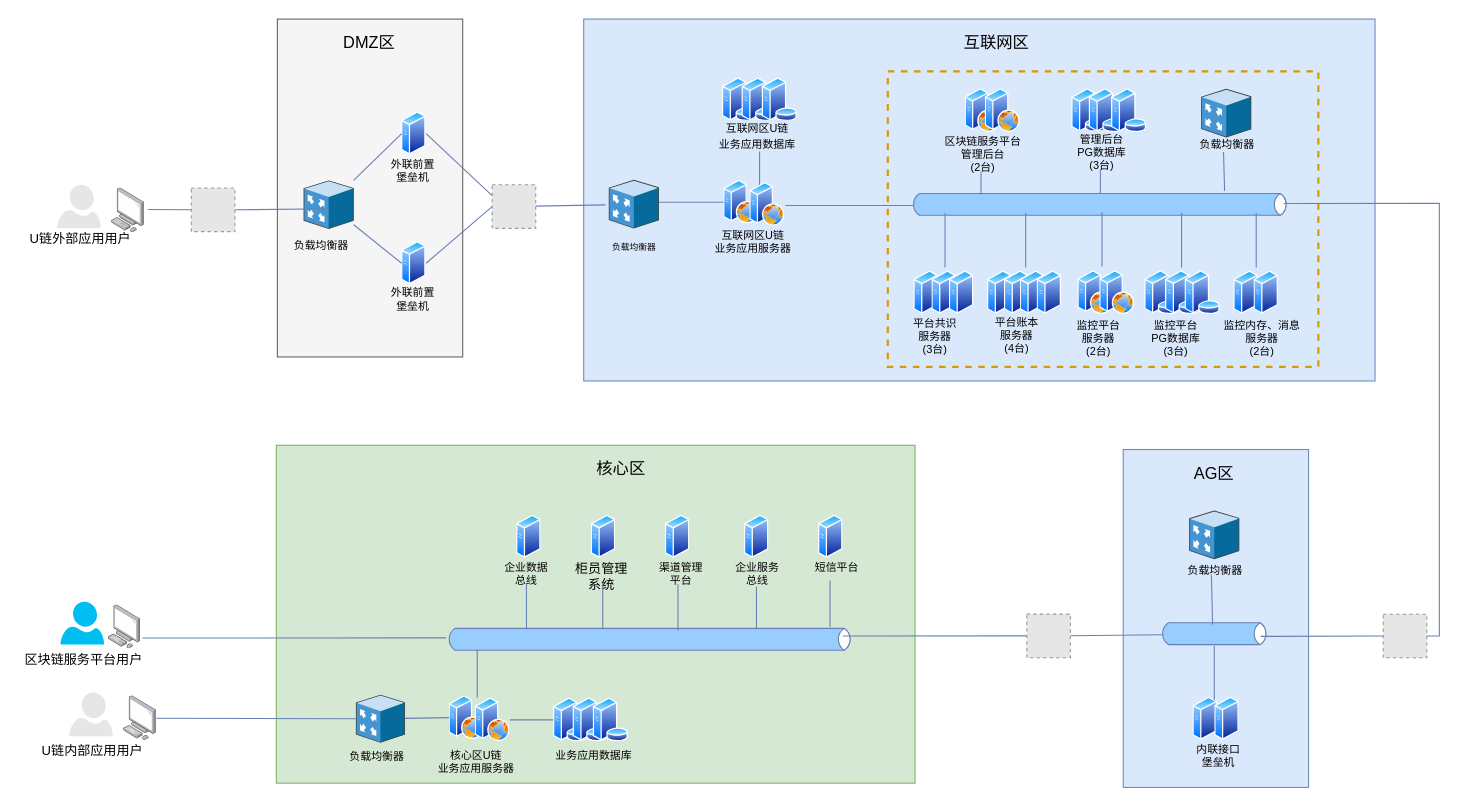
Above: repository/drawio/postb/系统拓扑图.drawio in dilide/collections (draw.io), before the change. Source tidied: cells renumbered, new cells numbered last; positions are measured from the earlier drawing's top-left corner, leaving out a move shared by most shapes. Both pictures are drawn from the tidied source at 109%, with x=0, y=0 at pixel (19, 19). Pictures stored in the file or linked from it are replaced by grey dashed boxes.
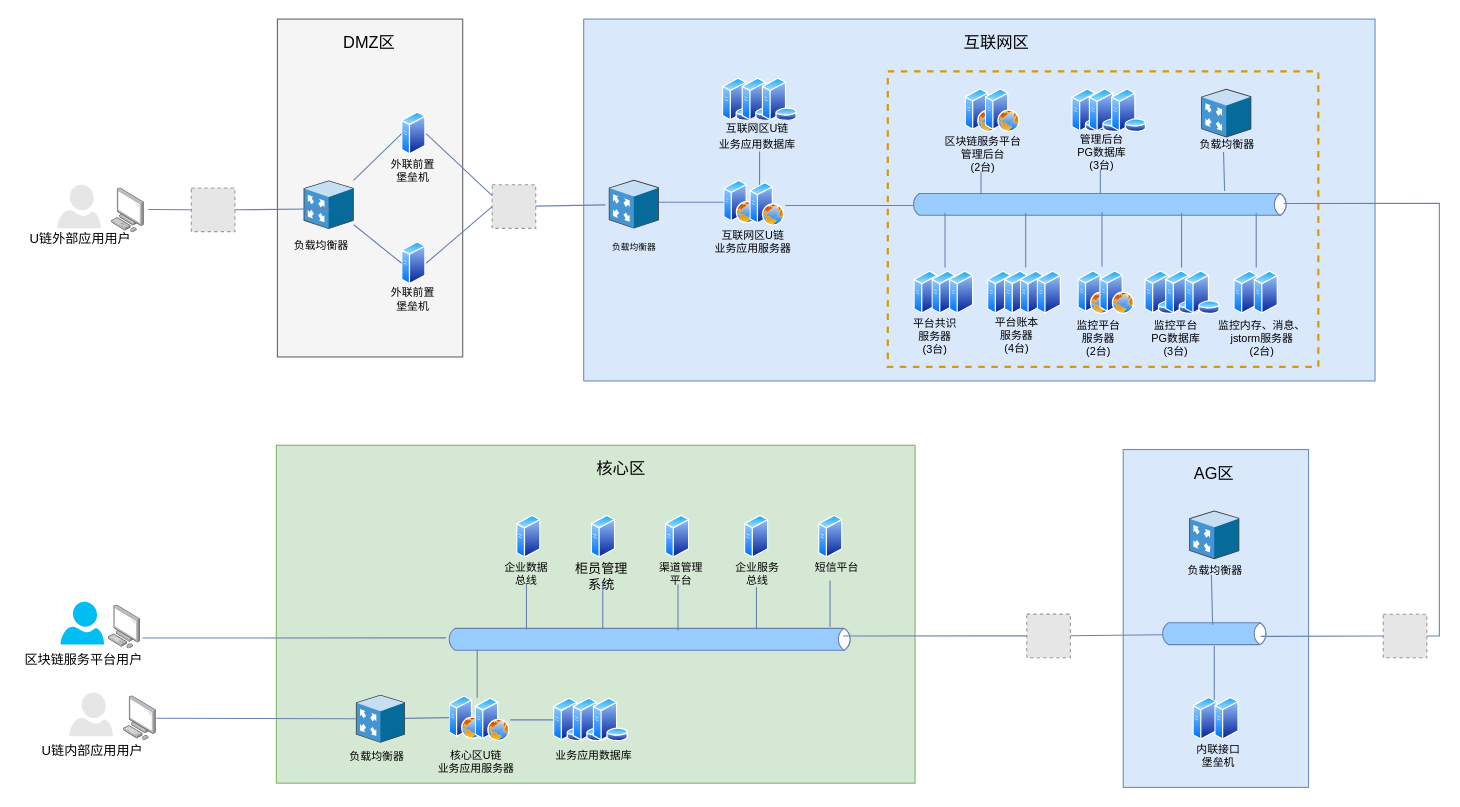
After the change.

Commit message:
Update 系统拓扑图.drawio

What changed in the source:
```diff
@@
-    <mxCell id="130" value="监控内存、消息&lt;br&gt;服务器&lt;br&gt;(2台)" style="text;html=1;align=center;verticalAlign=top;spacingTop=-4;fontSize=10;" parent="1" vertex="1">
-      <mxGeometry x="1099.5" y="273" width="80" height="36" as="geometry" />
+    <mxCell id="130" value="监控内存、消息、&lt;br&gt;jstorm服务器&lt;br&gt;(2台)" style="text;html=1;align=center;verticalAlign=top;spacingTop=-4;fontSize=10;" parent="1" vertex="1">
+      <mxGeometry x="1094.5" y="273" width="90" height="36" as="geometry" />
     </mxCell>
```
